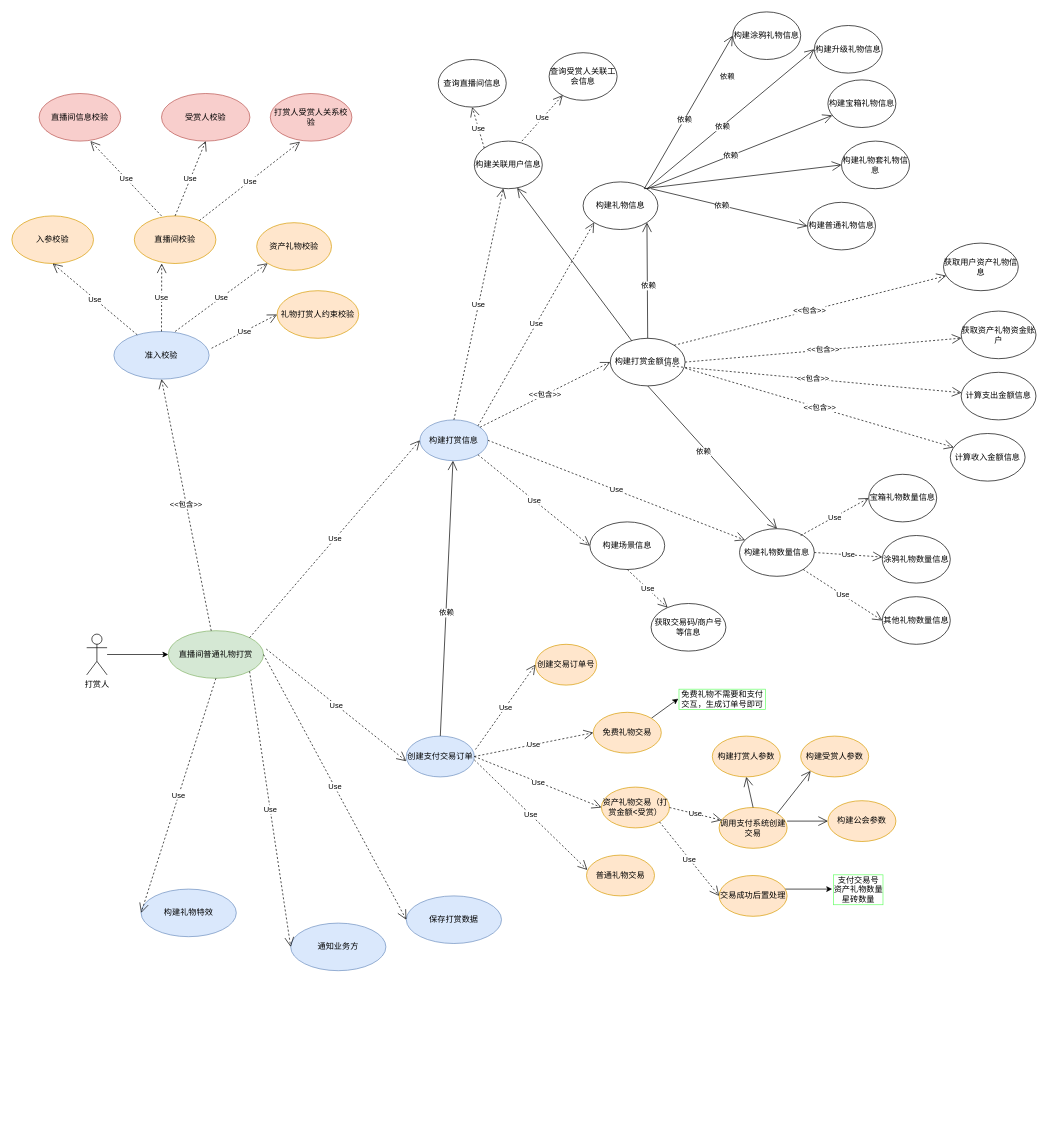
Earlier version of the draw.io diagram reward_usecases.drawio (seuzxc/book). Source tidied: cells renumbered, new cells numbered last; positions are measured from the earlier drawing's top-left corner, leaving out a move shared by most shapes. Both pictures are drawn from the tidied source at 68%, with x=0, y=0 at pixel (12, 12).
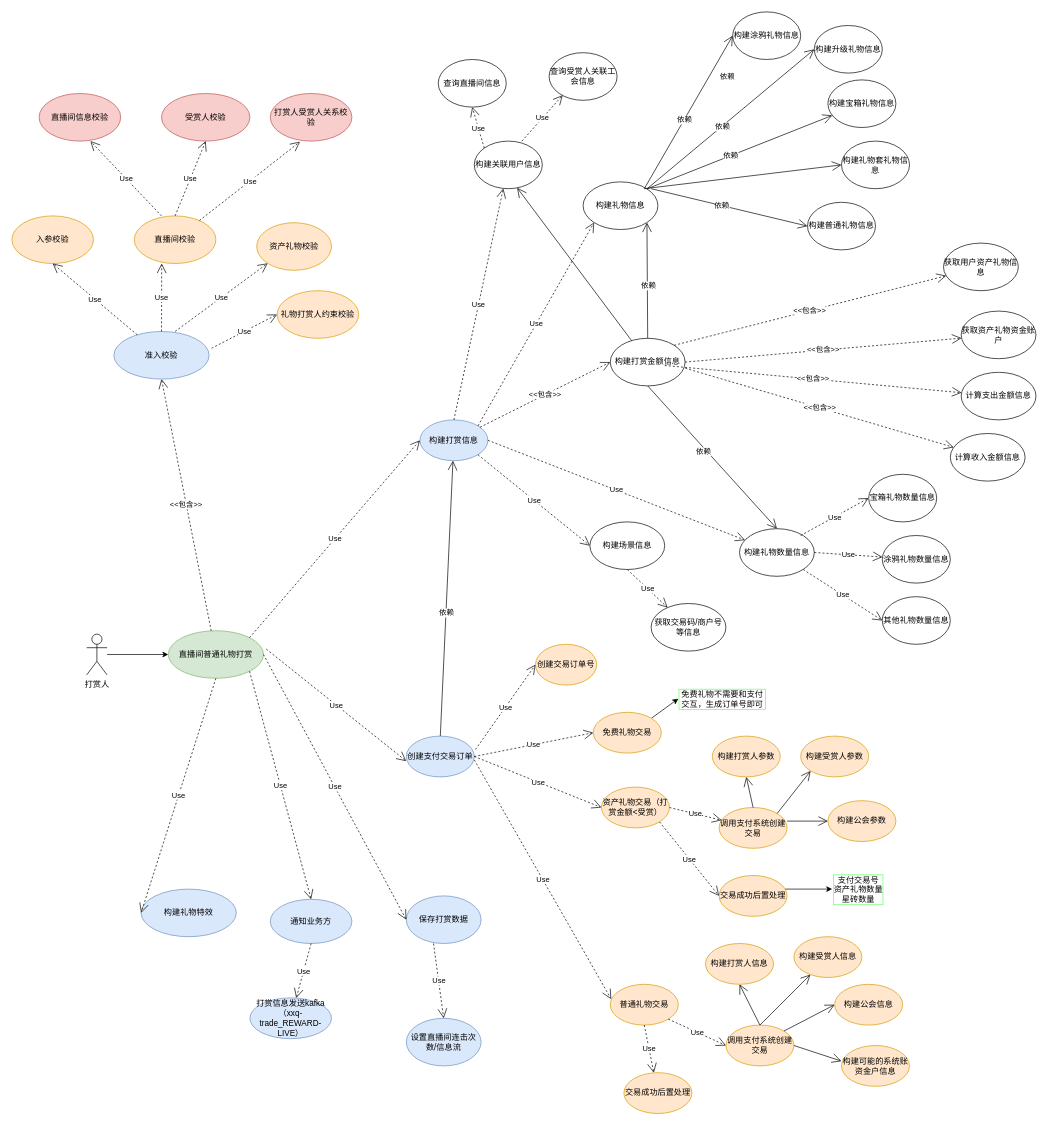
The same diagram, later.

The change refers to these unchanged cells:
```xml
<mxCell id="4" value="直播间普通礼物打赏" style="ellipse;whiteSpace=wrap;html=1;fillColor=#d5e8d4;strokeColor=#82b366;" parent="1" vertex="1">
  <mxGeometry x="230" y="910" width="140" height="70" as="geometry" />
</mxCell>
```

Change to the diagram source:
```diff
@@
     <mxCell id="9" value="保存打赏数据" style="ellipse;whiteSpace=wrap;html=1;fillColor=#dae8fc;strokeColor=#6c8ebf;" parent="1" vertex="1">
-      <mxGeometry x="580" y="1300" width="140" height="70" as="geometry" />
+      <mxGeometry x="580" y="1300" width="110" height="70" as="geometry" />
     </mxCell>
@@
     <mxCell id="11" value="通知业务方" style="ellipse;whiteSpace=wrap;html=1;fillColor=#dae8fc;strokeColor=#6c8ebf;" parent="1" vertex="1">
-      <mxGeometry x="410" y="1340" width="140" height="70" as="geometry" />
+      <mxGeometry x="380" y="1305" width="120" height="65" as="geometry" />
     </mxCell>
@@
-    <mxCell id="17" value="Use" style="endArrow=open;endSize=12;dashed=1;html=1;rounded=0;entryX=0;entryY=0.5;entryDx=0;entryDy=0;exitX=1;exitY=1;exitDx=0;exitDy=0;" parent="1" edge="1" source="4" target="11">
+    <mxCell id="17" value="Use" style="endArrow=open;endSize=12;dashed=1;html=1;rounded=0;entryX=0.5;entryY=0;entryDx=0;entryDy=0;exitX=1;exitY=1;exitDx=0;exitDy=0;" parent="1" edge="1" source="4" target="11">
       <mxGeometry relative="1" as="geometry" />
     </mxCell>
@@
     <mxCell id="88" value="普通礼物交易" style="ellipse;whiteSpace=wrap;html=1;fillColor=#ffe6cc;strokeColor=#d79b00;" parent="1" vertex="1">
-      <mxGeometry x="845" y="1240" width="100" height="60" as="geometry" />
+      <mxGeometry x="880" y="1430" width="100" height="60" as="geometry" />
     </mxCell>
@@
+    <mxCell id="105" value="调用支付系统创建交易" style="ellipse;whiteSpace=wrap;html=1;fillColor=#ffe6cc;strokeColor=#d79b00;" parent="1" vertex="1">
+      <mxGeometry x="1050" y="1490" width="100" height="60" as="geometry" />
+    </mxCell>
+    <mxCell id="106" value="Use" style="endArrow=open;endSize=12;dashed=1;html=1;rounded=0;entryX=0;entryY=0.5;entryDx=0;entryDy=0;exitX=1;exitY=1;exitDx=0;exitDy=0;" parent="1" edge="1" source="88" target="105">
+      <mxGeometry relative="1" as="geometry" />
+    </mxCell>
+    <mxCell id="107" value="构建打赏人信息" style="ellipse;whiteSpace=wrap;html=1;fillColor=#ffe6cc;strokeColor=#d79b00;" parent="1" vertex="1">
+      <mxGeometry x="1020" y="1370" width="100" height="60" as="geometry" />
+    </mxCell>
+    <mxCell id="108" value="构建受赏人信息" style="ellipse;whiteSpace=wrap;html=1;fillColor=#ffe6cc;strokeColor=#d79b00;" parent="1" vertex="1">
+      <mxGeometry x="1150" y="1360" width="100" height="60" as="geometry" />
+    </mxCell>
+    <mxCell id="109" value="构建公会信息" style="ellipse;whiteSpace=wrap;html=1;fillColor=#ffe6cc;strokeColor=#d79b00;" parent="1" vertex="1">
+      <mxGeometry x="1210" y="1430" width="100" height="60" as="geometry" />
+    </mxCell>
+    <mxCell id="110" value="构建可能的系统账资金户信息" style="ellipse;whiteSpace=wrap;html=1;fillColor=#ffe6cc;strokeColor=#d79b00;" parent="1" vertex="1">
+      <mxGeometry x="1220" y="1520" width="100" height="60" as="geometry" />
+    </mxCell>
+    <mxCell id="111" style="endArrow=open;endFill=1;endSize=12;html=1;rounded=0;entryX=0.5;entryY=1;entryDx=0;entryDy=0;" parent="1" edge="1" target="107">
+      <mxGeometry relative="1" as="geometry">
+        <mxPoint x="1100" y="1490" as="sourcePoint" />
+      </mxGeometry>
+    </mxCell>
+    <mxCell id="112" style="endArrow=open;endFill=1;endSize=12;html=1;rounded=0;exitX=0.5;exitY=0;exitDx=0;exitDy=0;" parent="1" edge="1" source="105" target="108">
+      <mxGeometry relative="1" as="geometry" />
+    </mxCell>
+    <mxCell id="113" style="endArrow=open;endFill=1;endSize=12;html=1;rounded=0;entryX=0;entryY=0.5;entryDx=0;entryDy=0;exitX=1;exitY=0;exitDx=0;exitDy=0;" parent="1" edge="1" source="105" target="109">
+      <mxGeometry relative="1" as="geometry" />
+    </mxCell>
+    <mxCell id="114" style="endArrow=open;endFill=1;endSize=12;html=1;rounded=0;entryX=0;entryY=0.383;entryDx=0;entryDy=0;exitX=1;exitY=0.5;exitDx=0;exitDy=0;entryPerimeter=0;" parent="1" edge="1" source="105" target="110">
+      <mxGeometry relative="1" as="geometry" />
+    </mxCell>
+    <mxCell id="115" value="交易成功后置处理" style="ellipse;whiteSpace=wrap;html=1;fillColor=#ffe6cc;strokeColor=#d79b00;" parent="1" vertex="1">
+      <mxGeometry x="900" y="1560" width="100" height="60" as="geometry" />
+    </mxCell>
+    <mxCell id="116" value="Use" style="endArrow=open;endSize=12;dashed=1;html=1;rounded=0;" parent="1" edge="1" target="115">
+      <mxGeometry relative="1" as="geometry">
+        <mxPoint x="930" y="1490" as="sourcePoint" />
+      </mxGeometry>
+    </mxCell>
+    <mxCell id="117" value="设置直播间连击次数/信息流" style="ellipse;whiteSpace=wrap;html=1;fillColor=#dae8fc;strokeColor=#6c8ebf;" parent="1" vertex="1">
+      <mxGeometry x="580" y="1480" width="110" height="70" as="geometry" />
+    </mxCell>
+    <mxCell id="118" value="Use" style="endArrow=open;endSize=12;dashed=1;html=1;rounded=0;entryX=0.5;entryY=0;entryDx=0;entryDy=0;" parent="1" edge="1" target="117">
+      <mxGeometry relative="1" as="geometry">
+        <mxPoint x="620" y="1370" as="sourcePoint" />
+      </mxGeometry>
+    </mxCell>
+    <mxCell id="119" value="打赏信息发送kafka（xxq-trade_REWARD-LIVE&lt;span style=&quot;background-color: initial;&quot;&gt;）&lt;/span&gt;" style="ellipse;whiteSpace=wrap;html=1;fillColor=#dae8fc;strokeColor=#6c8ebf;" parent="1" vertex="1">
+      <mxGeometry x="350" y="1450" width="120" height="60" as="geometry" />
+    </mxCell>
+    <mxCell id="120" value="Use" style="endArrow=open;endSize=12;dashed=1;html=1;rounded=0;" parent="1" edge="1" target="119">
+      <mxGeometry relative="1" as="geometry">
+        <mxPoint x="440" y="1370" as="sourcePoint" />
+      </mxGeometry>
+    </mxCell>
```
